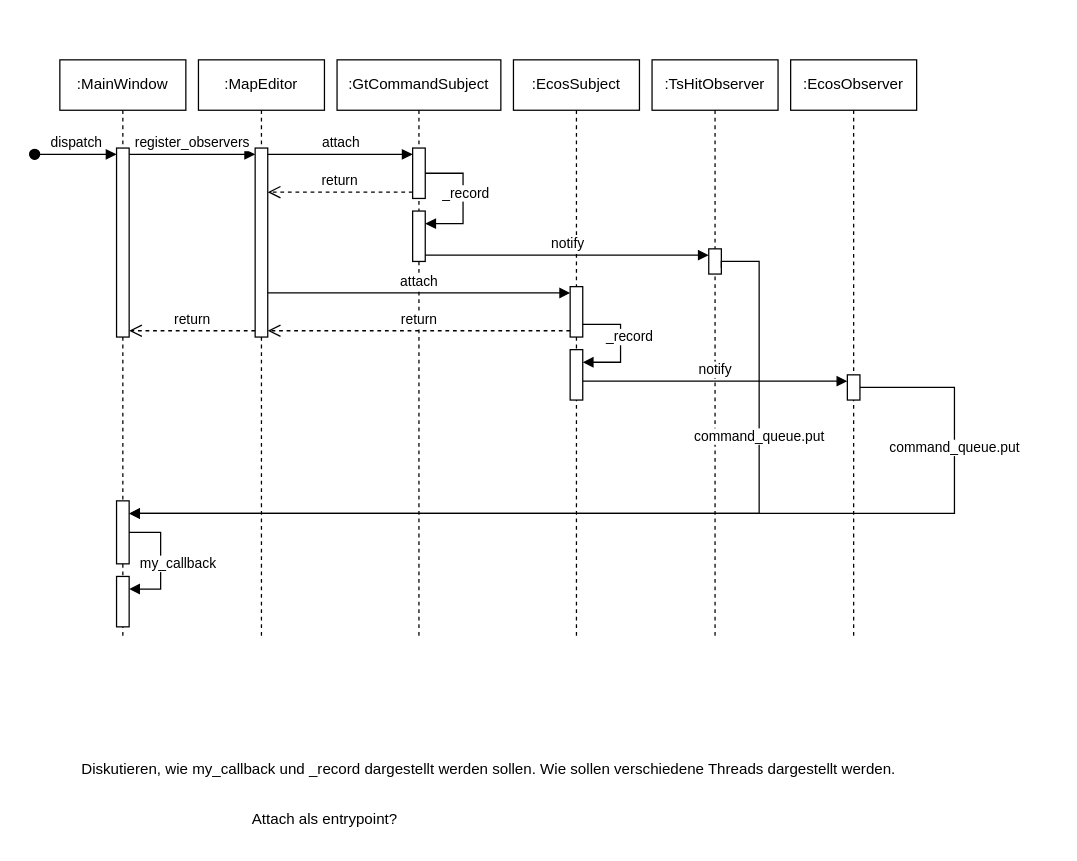
The draw.io diagram procedural/trainswitch_hit.drawio in pascalreiss/draw_io_stuff, before the edit. Source tidied: cells renumbered, new cells numbered last; positions are measured from the earlier drawing's top-left corner, leaving out a move shared by most shapes. Both pictures are drawn from the tidied source at 126%, with x=0, y=0 at pixel (34, 59).
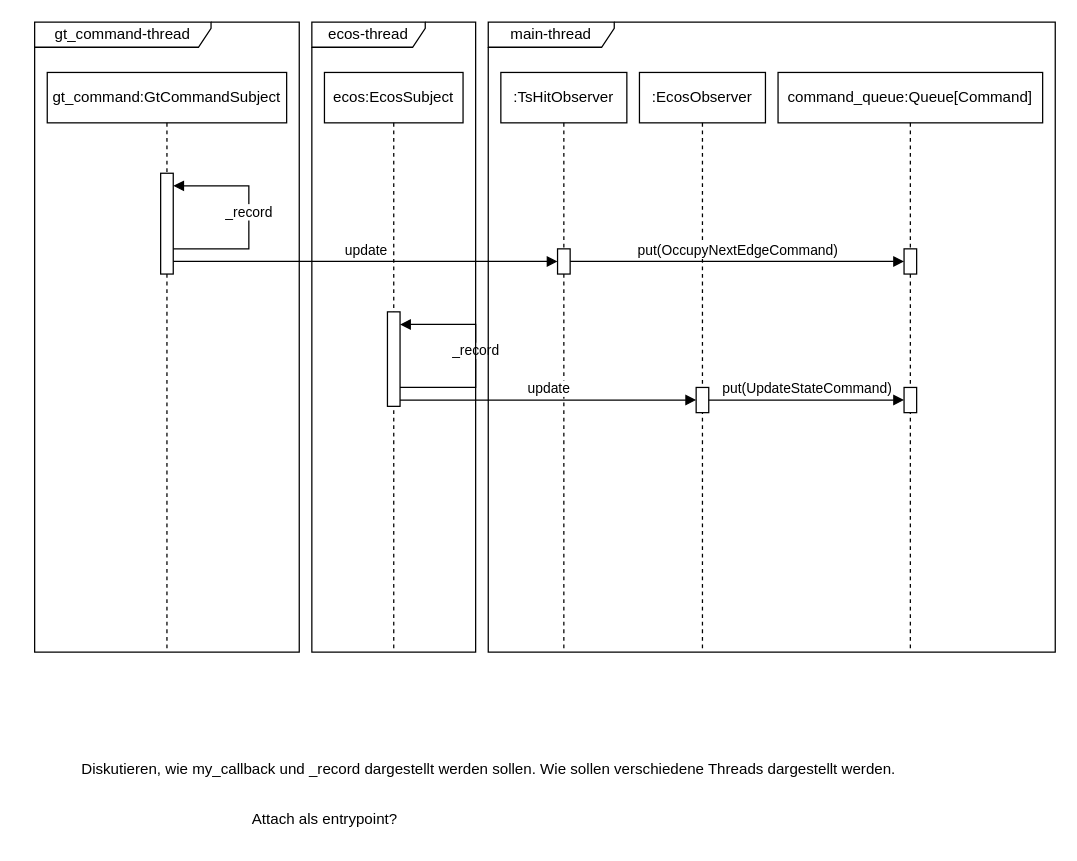
The same page after the edit.

Unchanged cells that the change refers to:
```xml
<mxCell id="29" style="html=1;points=[[0,0,0,0,5],[0,1,0,0,-5],[1,0,0,0,5],[1,1,0,0,-5]];perimeter=orthogonalPerimeter;outlineConnect=0;targetShapes=umlLifeline;portConstraint=eastwest;newEdgeStyle={&quot;curved&quot;:0,&quot;rounded&quot;:0};" parent="28" vertex="1">
  <mxGeometry x="45" y="250" width="10" height="20" as="geometry" />
</mxCell>
```

The edit, as a diff of the source:
```diff
@@
-    <mxCell id="2" value=":MainWindow" style="shape=umlLifeline;perimeter=lifelinePerimeter;whiteSpace=wrap;html=1;newEdgeStyle={&quot;curved&quot;:0,&quot;rounded&quot;:0};" parent="1" vertex="1">
-      <mxGeometry x="20" width="100" height="460" as="geometry" />
-    </mxCell>
-    <mxCell id="3" style="html=1;points=[[0,0,0,0,5],[0,1,0,0,-5],[1,0,0,0,5],[1,1,0,0,-5]];perimeter=orthogonalPerimeter;outlineConnect=0;targetShapes=umlLifeline;portConstraint=eastwest;newEdgeStyle={&quot;curved&quot;:0,&quot;rounded&quot;:0};" parent="2" vertex="1">
-      <mxGeometry x="45" y="70" width="10" height="150" as="geometry" />
-    </mxCell>
-    <mxCell id="4" style="html=1;points=[[0,0,0,0,5],[0,1,0,0,-5],[1,0,0,0,5],[1,1,0,0,-5]];perimeter=orthogonalPerimeter;outlineConnect=0;targetShapes=umlLifeline;portConstraint=eastwest;newEdgeStyle={&quot;curved&quot;:0,&quot;rounded&quot;:0};" parent="2" vertex="1">
-      <mxGeometry x="45" y="350" width="10" height="50" as="geometry" />
-    </mxCell>
-    <mxCell id="5" style="html=1;points=[[0,0,0,0,5],[0,1,0,0,-5],[1,0,0,0,5],[1,1,0,0,-5]];perimeter=orthogonalPerimeter;outlineConnect=0;targetShapes=umlLifeline;portConstraint=eastwest;newEdgeStyle={&quot;curved&quot;:0,&quot;rounded&quot;:0};" parent="2" vertex="1">
-      <mxGeometry x="45" y="410" width="10" height="40" as="geometry" />
-    </mxCell>
-    <mxCell id="6" value="my_callback" style="html=1;align=left;spacingLeft=2;endArrow=block;rounded=0;edgeStyle=orthogonalEdgeStyle;curved=0;rounded=0;" parent="2" edge="1" source="4" target="5">
-      <mxGeometry x="0.89" y="-20" relative="1" as="geometry">
-        <Array as="points">
-          <mxPoint x="80" y="375" />
-          <mxPoint x="80" y="420" />
-        </Array>
-      </mxGeometry>
-    </mxCell>
-    <mxCell id="7" value=":MapEditor" style="shape=umlLifeline;perimeter=lifelinePerimeter;whiteSpace=wrap;html=1;newEdgeStyle={&quot;curved&quot;:0,&quot;rounded&quot;:0};" parent="1" vertex="1">
-      <mxGeometry x="130" width="100" height="460" as="geometry" />
-    </mxCell>
-    <mxCell id="8" style="html=1;points=[[0,0,0,0,5],[0,1,0,0,-5],[1,0,0,0,5],[1,1,0,0,-5]];perimeter=orthogonalPerimeter;outlineConnect=0;targetShapes=umlLifeline;portConstraint=eastwest;newEdgeStyle={&quot;curved&quot;:0,&quot;rounded&quot;:0};" parent="7" vertex="1">
-      <mxGeometry x="45" y="70" width="10" height="150" as="geometry" />
-    </mxCell>
-    <mxCell id="9" value=":GtCommandSubject" style="shape=umlLifeline;perimeter=lifelinePerimeter;whiteSpace=wrap;html=1;newEdgeStyle={&quot;curved&quot;:0,&quot;rounded&quot;:0};" parent="1" vertex="1">
-      <mxGeometry x="240" width="130" height="460" as="geometry" />
+    <mxCell id="9" value="gt_command:GtCommandSubject" style="shape=umlLifeline;perimeter=lifelinePerimeter;whiteSpace=wrap;html=1;newEdgeStyle={&quot;curved&quot;:0,&quot;rounded&quot;:0};" parent="1" vertex="1">
+      <mxGeometry x="10" y="10" width="190" height="460" as="geometry" />
     </mxCell>
-    <mxCell id="10" style="html=1;points=[[0,0,0,0,5],[0,1,0,0,-5],[1,0,0,0,5],[1,1,0,0,-5]];perimeter=orthogonalPerimeter;outlineConnect=0;targetShapes=umlLifeline;portConstraint=eastwest;newEdgeStyle={&quot;curved&quot;:0,&quot;rounded&quot;:0};" parent="9" vertex="1">
-      <mxGeometry x="60" y="70" width="10" height="40" as="geometry" />
-    </mxCell>
     <mxCell id="11" style="html=1;points=[[0,0,0,0,5],[0,1,0,0,-5],[1,0,0,0,5],[1,1,0,0,-5]];perimeter=orthogonalPerimeter;outlineConnect=0;targetShapes=umlLifeline;portConstraint=eastwest;newEdgeStyle={&quot;curved&quot;:0,&quot;rounded&quot;:0};" parent="9" vertex="1">
-      <mxGeometry x="60" y="120" width="10" height="40" as="geometry" />
+      <mxGeometry x="90" y="80" width="10" height="80" as="geometry" />
     </mxCell>
-    <mxCell id="12" value="_record" style="html=1;align=left;spacingLeft=2;endArrow=block;rounded=0;edgeStyle=orthogonalEdgeStyle;curved=0;rounded=0;" parent="9" edge="1" source="10" target="11">
-      <mxGeometry x="-0.09" y="-20" relative="1" as="geometry">
-        <Array as="points">
-          <mxPoint x="100" y="90" />
-          <mxPoint x="100" y="130" />
-        </Array>
-      </mxGeometry>
-    </mxCell>
+    <mxCell id="36" value="_record" style="html=1;verticalAlign=bottom;endArrow=block;curved=0;rounded=0;" parent="9" edge="1" source="11" target="11">
+      <mxGeometry x="-0.06" relative="1" as="geometry">
+        <Array as="points">
+          <mxPoint x="160" y="140" />
+          <mxPoint x="160" y="90" />
+        </Array>
+      </mxGeometry>
+    </mxCell>
-    <mxCell id="13" value=":EcosSubject" style="shape=umlLifeline;perimeter=lifelinePerimeter;whiteSpace=wrap;html=1;newEdgeStyle={&quot;curved&quot;:0,&quot;rounded&quot;:0};" parent="1" vertex="1">
-      <mxGeometry x="380" width="100" height="460" as="geometry" />
+    <mxCell id="13" value="ecos:EcosSubject" style="shape=umlLifeline;perimeter=lifelinePerimeter;whiteSpace=wrap;html=1;newEdgeStyle={&quot;curved&quot;:0,&quot;rounded&quot;:0};" parent="1" vertex="1">
+      <mxGeometry x="230" y="10" width="110" height="460" as="geometry" />
     </mxCell>
-    <mxCell id="14" style="html=1;points=[[0,0,0,0,5],[0,1,0,0,-5],[1,0,0,0,5],[1,1,0,0,-5]];perimeter=orthogonalPerimeter;outlineConnect=0;targetShapes=umlLifeline;portConstraint=eastwest;newEdgeStyle={&quot;curved&quot;:0,&quot;rounded&quot;:0};" parent="13" vertex="1">
-      <mxGeometry x="45" y="180" width="10" height="40" as="geometry" />
-    </mxCell>
     <mxCell id="15" style="html=1;points=[[0,0,0,0,5],[0,1,0,0,-5],[1,0,0,0,5],[1,1,0,0,-5]];perimeter=orthogonalPerimeter;outlineConnect=0;targetShapes=umlLifeline;portConstraint=eastwest;newEdgeStyle={&quot;curved&quot;:0,&quot;rounded&quot;:0};" parent="13" vertex="1">
-      <mxGeometry x="45" y="230" width="10" height="40" as="geometry" />
+      <mxGeometry x="50" y="190" width="10" height="75" as="geometry" />
     </mxCell>
-    <mxCell id="16" value="_record" style="html=1;align=left;spacingLeft=2;endArrow=block;rounded=0;edgeStyle=orthogonalEdgeStyle;curved=0;rounded=0;" parent="13" edge="1" target="15">
-      <mxGeometry x="-0.67" y="-10" relative="1" as="geometry">
-        <mxPoint x="55" y="210" as="sourcePoint" />
-        <Array as="points">
-          <mxPoint x="85" y="240" />
-        </Array>
-      </mxGeometry>
-    </mxCell>
-    <mxCell id="17" value="register_observers" style="html=1;verticalAlign=bottom;endArrow=block;curved=0;rounded=0;entryX=0;entryY=0;entryDx=0;entryDy=5;exitX=1;exitY=0;exitDx=0;exitDy=5;exitPerimeter=0;" parent="1" edge="1" source="3" target="8">
-      <mxGeometry relative="1" as="geometry" />
-    </mxCell>
-    <mxCell id="18" value="return" style="html=1;verticalAlign=bottom;endArrow=open;dashed=1;endSize=8;curved=0;rounded=0;exitX=0;exitY=1;exitDx=0;exitDy=-5;entryX=1;entryY=1;entryDx=0;entryDy=-5;entryPerimeter=0;" parent="1" edge="1" source="8" target="3">
-      <mxGeometry relative="1" as="geometry" />
-    </mxCell>
-    <mxCell id="19" value="return" style="html=1;verticalAlign=bottom;endArrow=open;dashed=1;endSize=8;curved=0;rounded=0;exitX=0;exitY=1;exitDx=0;exitDy=-5;" parent="1" edge="1" source="10" target="8">
-      <mxGeometry relative="1" as="geometry" />
-    </mxCell>
-    <mxCell id="20" value="attach" style="html=1;verticalAlign=bottom;endArrow=block;curved=0;rounded=0;entryX=0;entryY=0;entryDx=0;entryDy=5;" parent="1" edge="1" source="8" target="10">
-      <mxGeometry relative="1" as="geometry" />
-    </mxCell>
-    <mxCell id="21" value="attach" style="html=1;verticalAlign=bottom;endArrow=block;curved=0;rounded=0;entryX=0;entryY=0;entryDx=0;entryDy=5;" parent="1" edge="1" source="8" target="14">
-      <mxGeometry relative="1" as="geometry" />
-    </mxCell>
-    <mxCell id="22" value="return" style="html=1;verticalAlign=bottom;endArrow=open;dashed=1;endSize=8;curved=0;rounded=0;exitX=0;exitY=1;exitDx=0;exitDy=-5;" parent="1" edge="1" source="14" target="8">
-      <mxGeometry relative="1" as="geometry" />
-    </mxCell>
+    <mxCell id="37" value="_record" style="html=1;verticalAlign=bottom;endArrow=block;curved=0;rounded=0;" parent="13" edge="1" source="15" target="15">
+      <mxGeometry x="-0.06" relative="1" as="geometry">
+        <Array as="points">
+          <mxPoint x="120" y="250" />
+          <mxPoint x="120" y="200" />
+        </Array>
+      </mxGeometry>
+    </mxCell>
     <mxCell id="23" value=":TsHitObserver" style="shape=umlLifeline;whiteSpace=wrap;html=1;newEdgeStyle={&quot;curved&quot;:0,&quot;rounded&quot;:0};perimeter=rectanglePerimeter;targetShapes=umlLifeline;participant=label;" parent="1" vertex="1">
-      <mxGeometry x="490" width="100" height="460" as="geometry" />
+      <mxGeometry x="370" y="10" width="100" height="460" as="geometry" />
     </mxCell>
     <mxCell id="24" style="html=1;points=[[0,0,0,0,5],[0,1,0,0,-5],[1,0,0,0,5],[1,1,0,0,-5]];perimeter=orthogonalPerimeter;outlineConnect=0;targetShapes=umlLifeline;portConstraint=eastwest;newEdgeStyle={&quot;curved&quot;:0,&quot;rounded&quot;:0};" parent="23" vertex="1">
-      <mxGeometry x="45" y="150" width="10" height="20" as="geometry" />
+      <mxGeometry x="45" y="140" width="10" height="20" as="geometry" />
     </mxCell>
-    <mxCell id="25" value="notify" style="html=1;verticalAlign=bottom;endArrow=block;curved=0;rounded=0;entryX=0;entryY=0;entryDx=0;entryDy=5;" parent="1" edge="1" source="11" target="24">
-      <mxGeometry relative="1" as="geometry" />
-    </mxCell>
-    <mxCell id="26" style="html=1;align=left;spacingLeft=2;endArrow=block;rounded=0;edgeStyle=orthogonalEdgeStyle;curved=0;rounded=0;exitX=1;exitY=1;exitDx=0;exitDy=-5;exitPerimeter=0;" parent="1" edge="1" source="24" target="4">
-      <mxGeometry relative="1" as="geometry">
-        <Array as="points">
-          <mxPoint x="545" y="160" />
-          <mxPoint x="575" y="160" />
-          <mxPoint x="575" y="360" />
-        </Array>
-      </mxGeometry>
-    </mxCell>
-    <mxCell id="27" value="command_queue.put" style="edgeLabel;html=1;align=center;verticalAlign=middle;" parent="26" vertex="1">
-      <mxGeometry x="-0.72" y="-1" relative="1" as="geometry">
-        <mxPoint y="70" as="offset" />
-      </mxGeometry>
-    </mxCell>
     <mxCell id="28" value=":EcosObserver" style="shape=umlLifeline;perimeter=lifelinePerimeter;whiteSpace=wrap;html=1;newEdgeStyle={&quot;curved&quot;:0,&quot;rounded&quot;:0};" parent="1" vertex="1">
-      <mxGeometry x="600" width="100" height="460" as="geometry" />
+      <mxGeometry x="480" y="10" width="100" height="460" as="geometry" />
     </mxCell>
@@
-    <mxCell id="30" value="notify" style="html=1;verticalAlign=bottom;endArrow=block;curved=0;rounded=0;entryX=0;entryY=0;entryDx=0;entryDy=5;" parent="1" edge="1" source="15" target="29">
-      <mxGeometry relative="1" as="geometry" />
+    <mxCell id="30" value="update" style="html=1;verticalAlign=bottom;endArrow=block;curved=0;rounded=0;" parent="1" edge="1" source="15" target="29">
+      <mxGeometry relative="1" as="geometry">
+        <Array as="points">
+          <mxPoint x="400" y="270" />
+        </Array>
+      </mxGeometry>
     </mxCell>
-    <mxCell id="31" style="html=1;align=left;spacingLeft=2;endArrow=block;rounded=0;edgeStyle=orthogonalEdgeStyle;curved=0;rounded=0;" parent="1" edge="1" source="29" target="4">
-      <mxGeometry relative="1" as="geometry">
-        <Array as="points">
-          <mxPoint x="730" y="260" />
-          <mxPoint x="730" y="360" />
-        </Array>
-      </mxGeometry>
-    </mxCell>
-    <mxCell id="32" value="command_queue.put" style="edgeLabel;html=1;align=center;verticalAlign=middle;" parent="31" vertex="1">
-      <mxGeometry x="-0.72" y="-1" relative="1" as="geometry">
-        <mxPoint y="6" as="offset" />
-      </mxGeometry>
-    </mxCell>
@@
-    <mxCell id="34" value="dispatch" style="html=1;verticalAlign=bottom;startArrow=oval;startFill=1;endArrow=block;startSize=8;curved=0;rounded=0;entryX=0;entryY=0;entryDx=0;entryDy=5;entryPerimeter=0;" parent="1" edge="1" target="3">
-      <mxGeometry relative="1" as="geometry">
-        <mxPoint y="75" as="sourcePoint" />
-      </mxGeometry>
-    </mxCell>
@@
+    <mxCell id="25" value="update" style="html=1;verticalAlign=bottom;endArrow=block;curved=0;rounded=0;" parent="1" edge="1" source="11" target="24">
+      <mxGeometry relative="1" as="geometry">
+        <Array as="points">
+          <mxPoint x="230" y="160" />
+        </Array>
+      </mxGeometry>
+    </mxCell>
+    <mxCell id="38" value="command_queue:Queue[Command]" style="shape=umlLifeline;perimeter=lifelinePerimeter;whiteSpace=wrap;html=1;newEdgeStyle={&quot;curved&quot;:0,&quot;rounded&quot;:0};" parent="1" vertex="1">
+      <mxGeometry x="590" y="10" width="210" height="460" as="geometry" />
+    </mxCell>
+    <mxCell id="39" style="html=1;points=[[0,0,0,0,5],[0,1,0,0,-5],[1,0,0,0,5],[1,1,0,0,-5]];perimeter=orthogonalPerimeter;outlineConnect=0;targetShapes=umlLifeline;portConstraint=eastwest;newEdgeStyle={&quot;curved&quot;:0,&quot;rounded&quot;:0};" parent="38" vertex="1">
+      <mxGeometry x="100" y="140" width="10" height="20" as="geometry" />
+    </mxCell>
+    <mxCell id="40" style="html=1;points=[[0,0,0,0,5],[0,1,0,0,-5],[1,0,0,0,5],[1,1,0,0,-5]];perimeter=orthogonalPerimeter;outlineConnect=0;targetShapes=umlLifeline;portConstraint=eastwest;newEdgeStyle={&quot;curved&quot;:0,&quot;rounded&quot;:0};" parent="38" vertex="1">
+      <mxGeometry x="100" y="250" width="10" height="20" as="geometry" />
+    </mxCell>
+    <mxCell id="41" value="put(OccupyNextEdgeCommand)" style="html=1;verticalAlign=bottom;endArrow=block;curved=0;rounded=0;" parent="1" edge="1" source="24" target="39">
+      <mxGeometry relative="1" as="geometry" />
+    </mxCell>
+    <mxCell id="42" value="put(UpdateStateCommand)" style="html=1;verticalAlign=bottom;endArrow=block;curved=0;rounded=0;" parent="1" edge="1" source="29" target="40">
+      <mxGeometry relative="1" as="geometry" />
+    </mxCell>
+    <mxCell id="43" value="gt_command-thread" style="shape=umlFrame;whiteSpace=wrap;html=1;width=140;height=20;" parent="1" vertex="1">
+      <mxGeometry y="-30" width="210" height="500" as="geometry" />
+    </mxCell>
+    <mxCell id="44" value="ecos-thread" style="shape=umlFrame;whiteSpace=wrap;html=1;width=90;height=20;" parent="1" vertex="1">
+      <mxGeometry x="220" y="-30" width="130" height="500" as="geometry" />
+    </mxCell>
+    <mxCell id="45" value="main-thread" style="shape=umlFrame;whiteSpace=wrap;html=1;width=100;height=20;" parent="1" vertex="1">
+      <mxGeometry x="360" y="-30" width="450" height="500" as="geometry" />
+    </mxCell>
```
